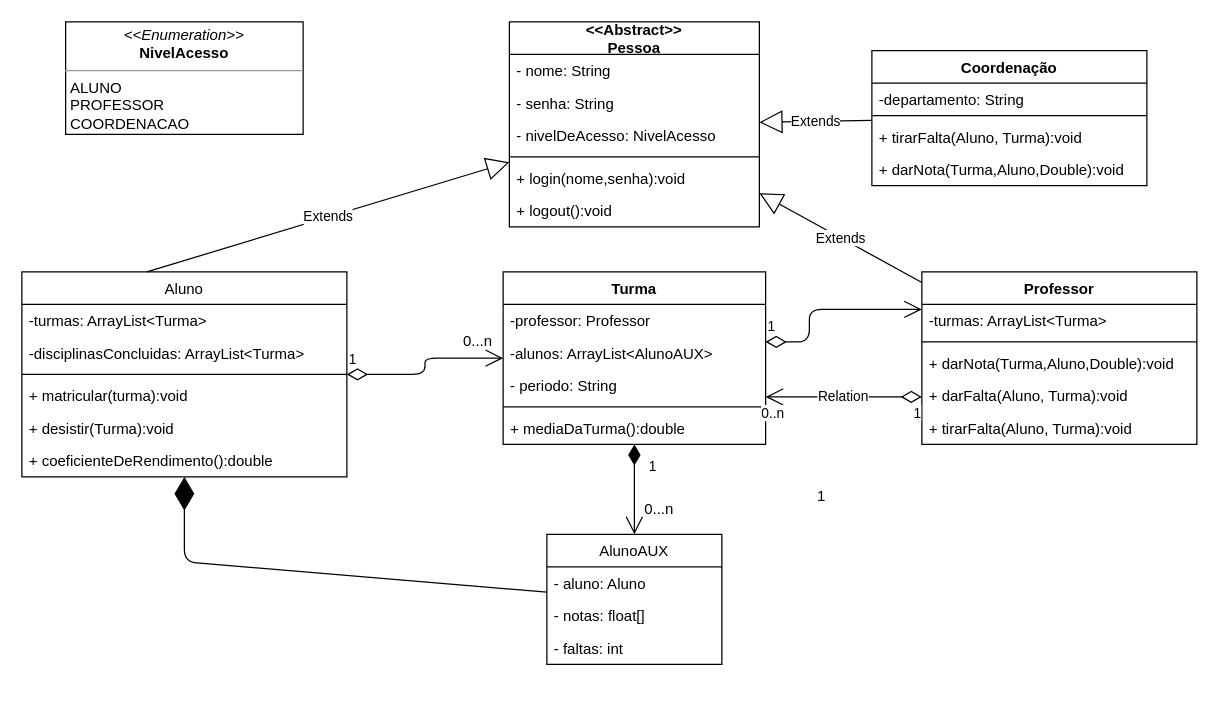
Above: Untitled Diagram.drawio in gabriel-ggpk/Projeto-IP2 (draw.io), before the change. Source tidied: cells renumbered, new cells numbered last; positions are measured from the earlier drawing's top-left corner, leaving out a move shared by most shapes. Both pictures are drawn from the tidied source at 125%, with x=0, y=0 at pixel (21, 21).
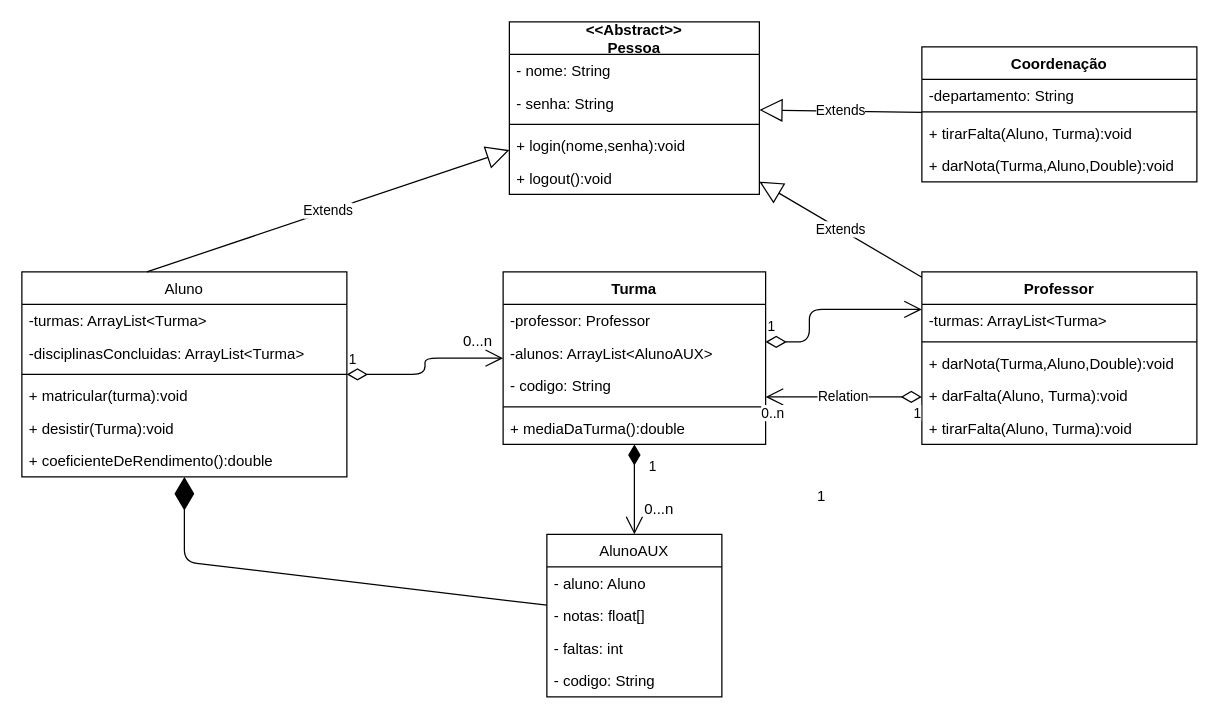
The same diagram, later.

Unchanged cells that the change refers to:
```xml
<mxCell id="17" value="Turma" style="swimlane;fontStyle=1;align=center;verticalAlign=top;horizontal=1;startSize=26;" parent="1" vertex="1">
  <mxGeometry x="385" y="200" width="210" height="138" as="geometry" />
</mxCell>
```

What changed in the source:
```diff
@@
     <mxCell id="2" value="&lt;&lt;Abstract&gt;&gt;&#10;Pessoa" style="swimlane;fontStyle=1;align=center;verticalAlign=middle;horizontal=1;startSize=26;labelPosition=center;verticalLabelPosition=middle;" parent="1" vertex="1">
-      <mxGeometry x="390" width="200" height="164" as="geometry" />
+      <mxGeometry x="390" width="200" height="138" as="geometry" />
     </mxCell>
@@
-    <mxCell id="5" value="- nivelDeAcesso: NivelAcesso" style="text;strokeColor=none;fillColor=none;align=left;verticalAlign=top;spacingLeft=4;spacingRight=4;overflow=hidden;" parent="2" vertex="1">
-      <mxGeometry y="78" width="200" height="26" as="geometry" />
-    </mxCell>
     <mxCell id="6" style="line;strokeWidth=1;fillColor=none;align=left;verticalAlign=middle;spacingTop=-1;spacingLeft=3;spacingRight=3;labelPosition=right;" parent="2" vertex="1">
-      <mxGeometry y="104" width="200" height="8" as="geometry" />
+      <mxGeometry y="78" width="200" height="8" as="geometry" />
     </mxCell>
     <mxCell id="7" value="+ login(nome,senha):void" style="text;strokeColor=none;fillColor=none;align=left;verticalAlign=top;spacingLeft=4;spacingRight=4;overflow=hidden;" parent="2" vertex="1">
-      <mxGeometry y="112" width="200" height="26" as="geometry" />
+      <mxGeometry y="86" width="200" height="26" as="geometry" />
     </mxCell>
     <mxCell id="8" value="+ logout():void" style="text;strokeColor=none;fillColor=none;align=left;verticalAlign=top;spacingLeft=4;spacingRight=4;overflow=hidden;" parent="2" vertex="1">
-      <mxGeometry y="138" width="200" height="26" as="geometry" />
+      <mxGeometry y="112" width="200" height="26" as="geometry" />
     </mxCell>
@@
-    <mxCell id="20" value="- periodo: String" style="text;strokeColor=none;fillColor=none;align=left;verticalAlign=top;spacingLeft=4;spacingRight=4;overflow=hidden;" parent="17" vertex="1">
+    <mxCell id="20" value="- codigo: String" style="text;strokeColor=none;fillColor=none;align=left;verticalAlign=top;spacingLeft=4;spacingRight=4;overflow=hidden;" parent="17" vertex="1">
       <mxGeometry y="78" width="210" height="26" as="geometry" />
     </mxCell>
@@
     <mxCell id="30" value="Coordenação" style="swimlane;fontStyle=1;align=center;verticalAlign=top;horizontal=1;startSize=26;" parent="1" vertex="1">
-      <mxGeometry x="680" y="23" width="220" height="108" as="geometry" />
+      <mxGeometry x="720" y="20" width="220" height="108" as="geometry" />
     </mxCell>
@@
     <mxCell id="35" value="AlunoAUX" style="swimlane;fontStyle=0;horizontal=1;startSize=26;fillColor=none;" parent="1" vertex="1">
-      <mxGeometry x="420" y="410" width="140" height="104" as="geometry" />
+      <mxGeometry x="420" y="410" width="140" height="130" as="geometry" />
     </mxCell>
@@
+    <mxCell id="51" value="- codigo: String" style="text;strokeColor=none;fillColor=none;align=left;verticalAlign=top;spacingLeft=4;spacingRight=4;overflow=hidden;" parent="35" vertex="1">
+      <mxGeometry y="104" width="140" height="26" as="geometry" />
+    </mxCell>
@@
-    <mxCell id="50" value="&lt;p style=&quot;margin: 0px ; margin-top: 4px ; text-align: center&quot;&gt;&lt;i&gt;&amp;lt;&amp;lt;Enumeration&amp;gt;&amp;gt;&lt;/i&gt;&lt;br&gt;&lt;b&gt;NivelAcesso&lt;/b&gt;&lt;/p&gt;&lt;hr size=&quot;1&quot;&gt;&lt;p style=&quot;margin: 0px ; margin-left: 4px&quot;&gt;ALUNO&lt;/p&gt;&lt;p style=&quot;margin: 0px ; margin-left: 4px&quot;&gt;PROFESSOR&lt;br&gt;COORDENACAO&lt;/p&gt;&lt;hr size=&quot;1&quot;&gt;&lt;p style=&quot;margin: 0px ; margin-left: 4px&quot;&gt;&lt;br&gt;&lt;/p&gt;" style="verticalAlign=top;align=left;overflow=fill;fontSize=12;fontFamily=Helvetica;html=1;" parent="1" vertex="1">
-      <mxGeometry x="35" width="190" height="90" as="geometry" />
-    </mxCell>
```
